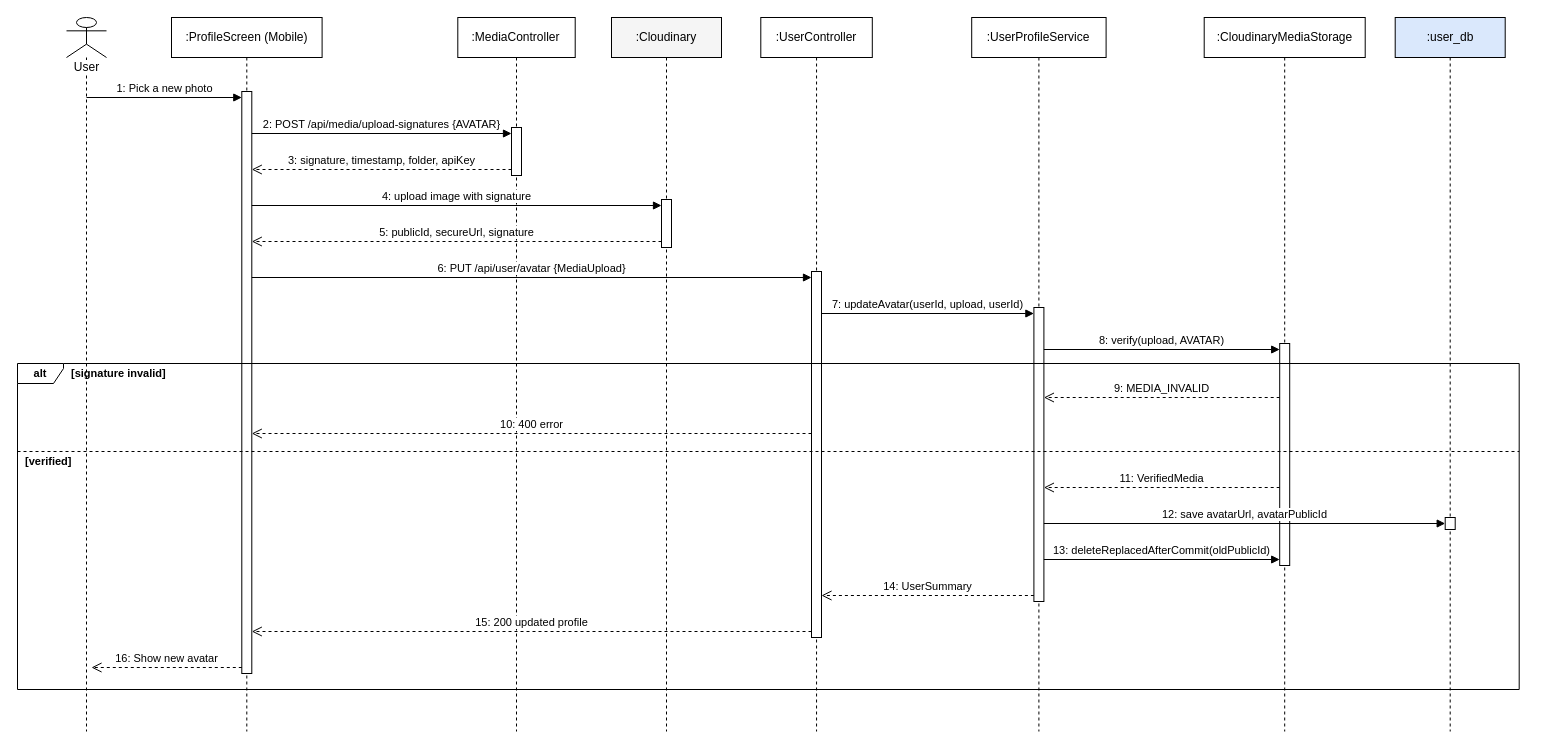
This is rp4/sdd-assets/drawio/seq_users_1.drawio from LockR-Tech/docs, a draw.io file, before an edit. Source tidied: cells renumbered, new cells numbered last; positions are measured from the earlier drawing's top-left corner, leaving out a move shared by most shapes. Both pictures are drawn from the tidied source at 100%, with x=0, y=0 at pixel (17, 17).
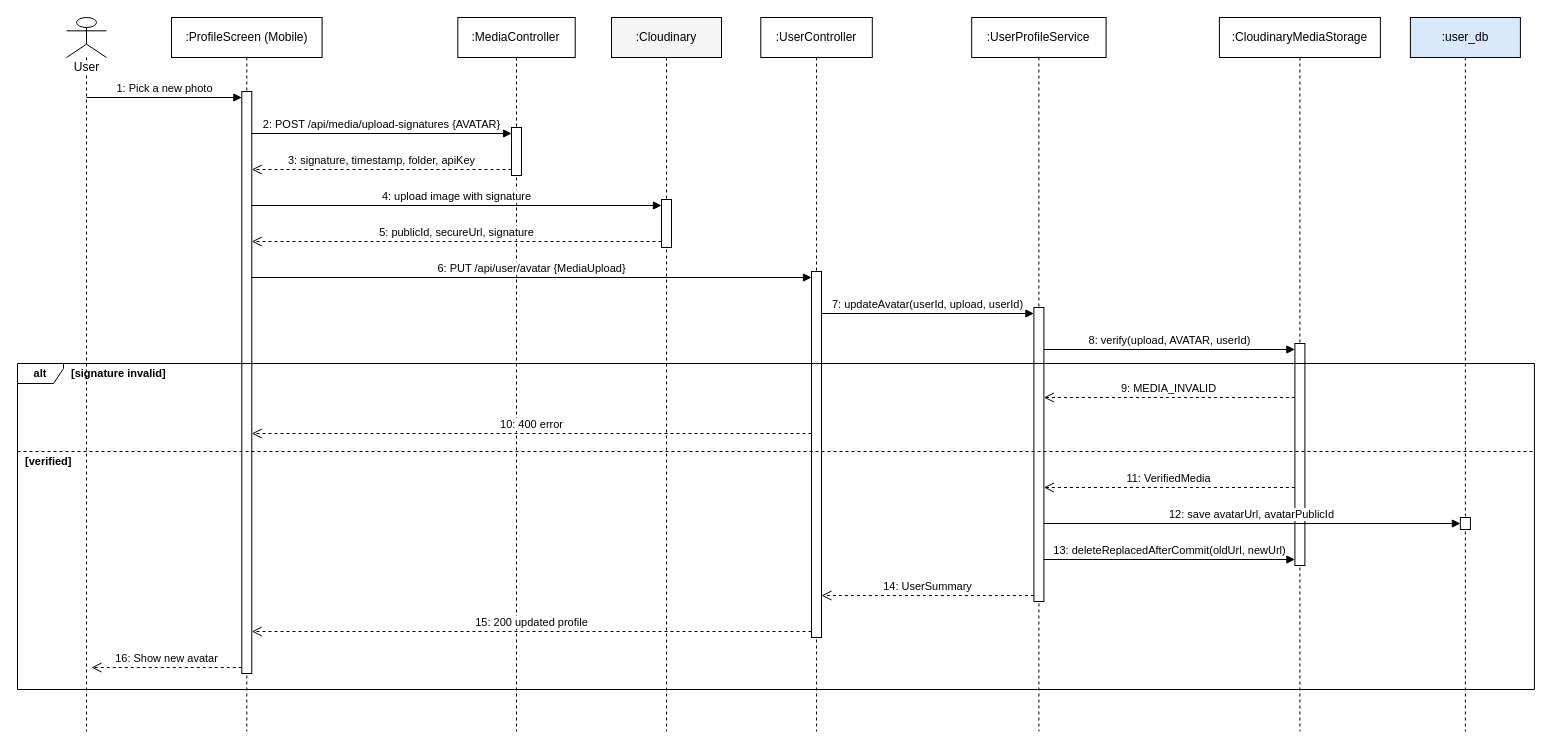
Above is the later version.

Change to the diagram source:
```diff
@@
     <mxCell id="8" value=":CloudinaryMediaStorage" style="shape=umlLifeline;perimeter=lifelinePerimeter;whiteSpace=wrap;html=1;size=40;fontSize=12;fillColor=#ffffff;" parent="1" vertex="1">
-      <mxGeometry x="1186.7" width="161" height="714" as="geometry" />
+      <mxGeometry x="1201.9" width="161" height="714" as="geometry" />
     </mxCell>
     <mxCell id="9" value=":user_db" style="shape=umlLifeline;perimeter=lifelinePerimeter;whiteSpace=wrap;html=1;size=40;fontSize=12;fillColor=#dae8fc;" parent="1" vertex="1">
-      <mxGeometry x="1377.7" width="110" height="714" as="geometry" />
+      <mxGeometry x="1392.9" width="110" height="714" as="geometry" />
     </mxCell>
@@
     <mxCell id="15" style="rounded=0;whiteSpace=wrap;html=1;fillColor=#ffffff;strokeColor=#000000;" parent="1" vertex="1">
-      <mxGeometry x="1262.2" y="326" width="10" height="222" as="geometry" />
+      <mxGeometry x="1277.4" y="326" width="10" height="222" as="geometry" />
     </mxCell>
     <mxCell id="16" style="rounded=0;whiteSpace=wrap;html=1;fillColor=#ffffff;strokeColor=#000000;" parent="1" vertex="1">
-      <mxGeometry x="1427.7" y="500" width="10" height="12" as="geometry" />
+      <mxGeometry x="1442.9" y="500" width="10" height="12" as="geometry" />
     </mxCell>
     <mxCell id="17" value="alt" style="shape=umlFrame;whiteSpace=wrap;html=1;width=46;height=20;fontStyle=1;fillColor=none;fontSize=11;" parent="1" vertex="1">
-      <mxGeometry y="346" width="1501.7" height="326" as="geometry" />
+      <mxGeometry y="346" width="1516.9" height="326" as="geometry" />
     </mxCell>
@@
     <mxCell id="19" style="endArrow=none;dashed=1;html=1;strokeColor=#000000;" parent="1" edge="1">
       <mxGeometry relative="1" as="geometry">
         <mxPoint y="434" as="sourcePoint" />
-        <mxPoint x="1501.7" y="434" as="targetPoint" />
+        <mxPoint x="1516.9" y="434" as="targetPoint" />
       </mxGeometry>
     </mxCell>
@@
-    <mxCell id="28" value="8: verify(upload, AVATAR)" style="html=1;verticalAlign=bottom;endArrow=block;endFill=1;rounded=0;fontSize=11;" parent="1" edge="1">
+    <mxCell id="28" value="8: verify(upload, AVATAR, userId)" style="html=1;verticalAlign=bottom;endArrow=block;endFill=1;rounded=0;fontSize=11;" parent="1" edge="1">
       <mxGeometry relative="1" as="geometry">
         <mxPoint x="1026.4" y="332" as="sourcePoint" />
-        <mxPoint x="1262.2" y="332" as="targetPoint" />
+        <mxPoint x="1277.4" y="332" as="targetPoint" />
       </mxGeometry>
     </mxCell>
     <mxCell id="29" value="9: MEDIA_INVALID" style="html=1;verticalAlign=bottom;endArrow=open;dashed=1;endSize=8;rounded=0;fontSize=11;" parent="1" edge="1">
       <mxGeometry relative="1" as="geometry">
-        <mxPoint x="1262.2" y="380" as="sourcePoint" />
+        <mxPoint x="1277.4" y="380" as="sourcePoint" />
         <mxPoint x="1026.4" y="380" as="targetPoint" />
       </mxGeometry>
     </mxCell>
@@
     <mxCell id="31" value="11: VerifiedMedia" style="html=1;verticalAlign=bottom;endArrow=open;dashed=1;endSize=8;rounded=0;fontSize=11;" parent="1" edge="1">
       <mxGeometry relative="1" as="geometry">
-        <mxPoint x="1262.2" y="470" as="sourcePoint" />
+        <mxPoint x="1277.4" y="470" as="sourcePoint" />
         <mxPoint x="1026.4" y="470" as="targetPoint" />
       </mxGeometry>
     </mxCell>
     <mxCell id="32" value="12: save avatarUrl, avatarPublicId" style="html=1;verticalAlign=bottom;endArrow=block;endFill=1;rounded=0;fontSize=11;" parent="1" edge="1">
       <mxGeometry relative="1" as="geometry">
         <mxPoint x="1026.4" y="506" as="sourcePoint" />
-        <mxPoint x="1427.7" y="506" as="targetPoint" />
+        <mxPoint x="1442.9" y="506" as="targetPoint" />
       </mxGeometry>
     </mxCell>
-    <mxCell id="33" value="13: deleteReplacedAfterCommit(oldPublicId)" style="html=1;verticalAlign=bottom;endArrow=block;endFill=1;rounded=0;fontSize=11;" parent="1" edge="1">
+    <mxCell id="33" value="13: deleteReplacedAfterCommit(oldUrl, newUrl)" style="html=1;verticalAlign=bottom;endArrow=block;endFill=1;rounded=0;fontSize=11;" parent="1" edge="1">
       <mxGeometry relative="1" as="geometry">
         <mxPoint x="1026.4" y="542" as="sourcePoint" />
-        <mxPoint x="1262.2" y="542" as="targetPoint" />
+        <mxPoint x="1277.4" y="542" as="targetPoint" />
       </mxGeometry>
     </mxCell>
```
